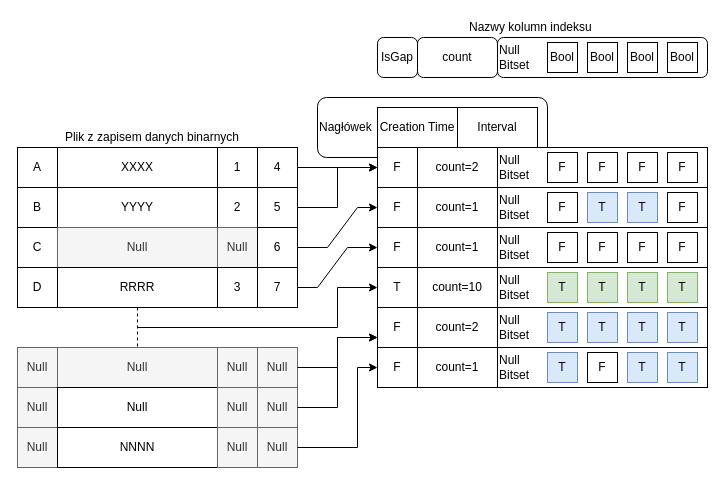
Earlier version of the draw.io diagram page "Strona-2" (2 of 2) of src/UML/data_format.drawio (michalwidera/retractordb). Source tidied: cells renumbered, new cells numbered last; positions are measured from the earlier drawing's top-left corner, leaving out a move shared by most shapes. Both pictures are drawn from the tidied source at 100%, with x=0, y=0 at pixel (17, 17).
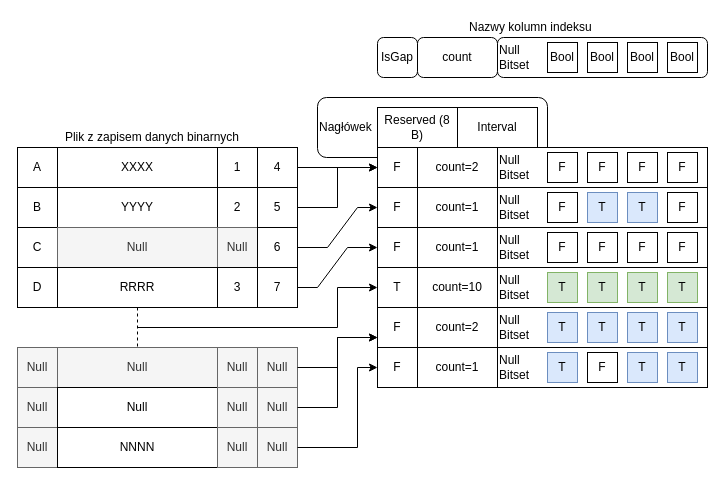
After the change.

Change to the diagram source:
```diff
@@
-    <mxCell id="22" value="Creation Time" style="rounded=0;whiteSpace=wrap;html=1;" parent="1" vertex="1">
+    <mxCell id="22" value="Reserved (8 B)" style="rounded=0;whiteSpace=wrap;html=1;" parent="1" vertex="1">
       <mxGeometry x="360" y="90" width="80" height="40" as="geometry" />
     </mxCell>
```
